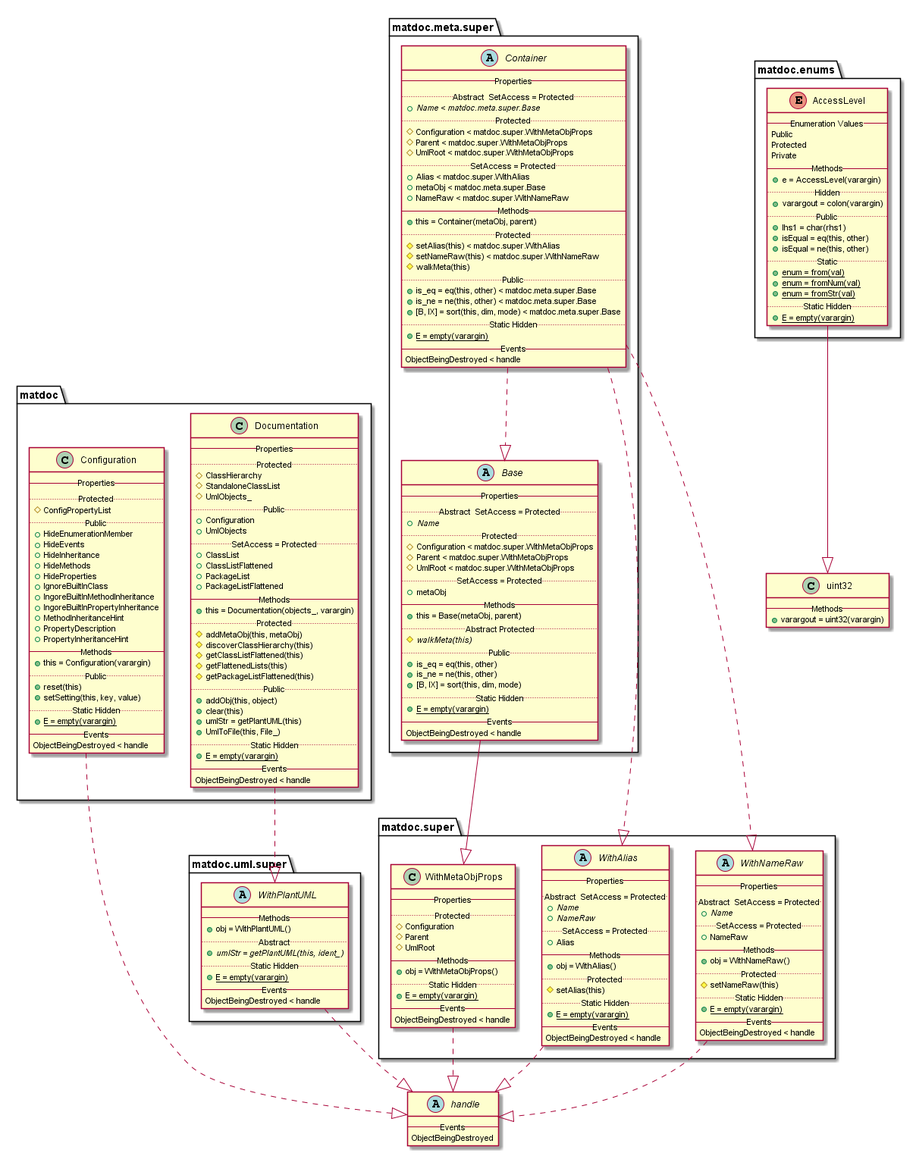
This is doc/uml-examples/uml-diagram.png from flxdot/matdoc, a PlantUML export, as it was before one commit.
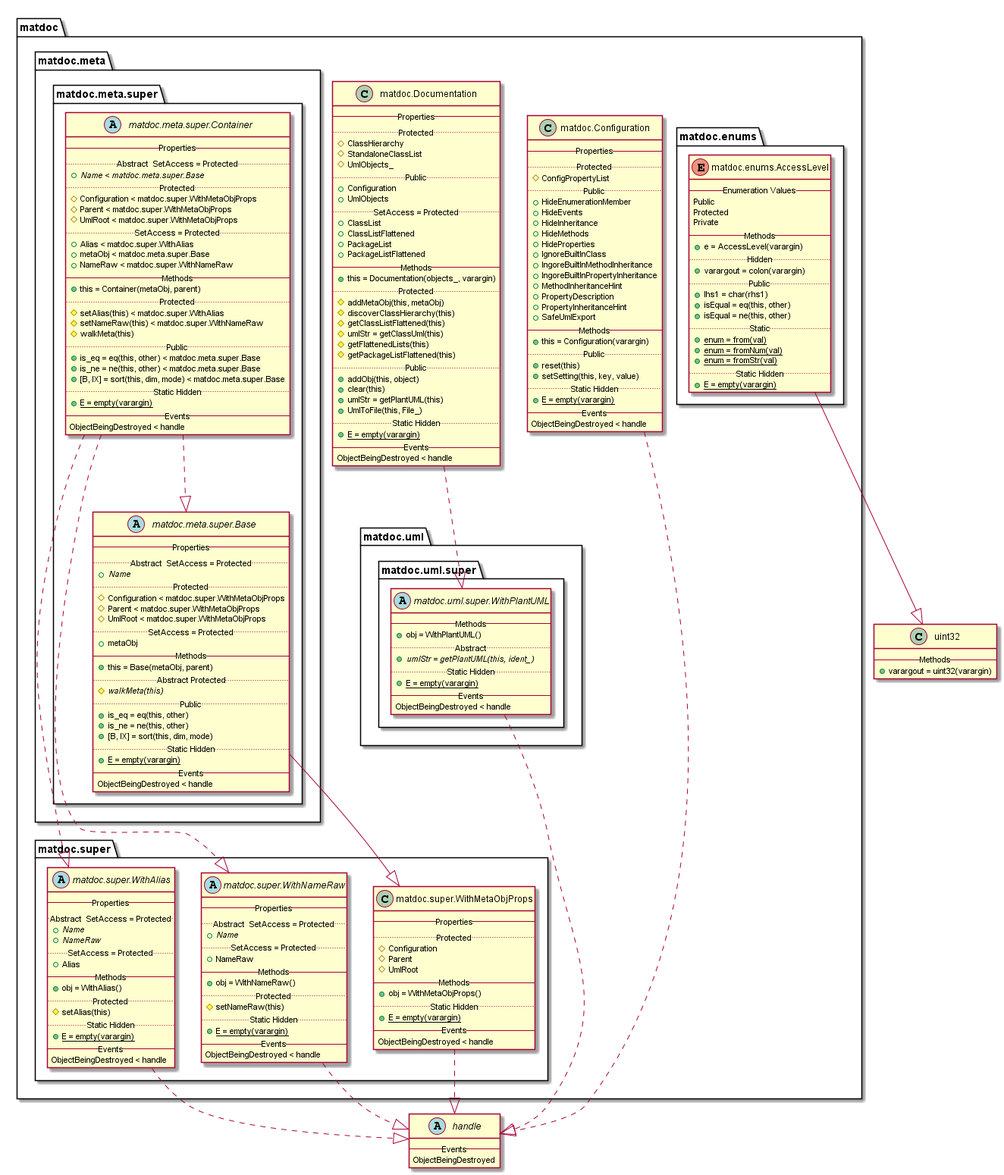
Later version of the same file.

What changed in the source:
```diff
@@ -1,204 +1,236 @@
 @startuml
+
+set namespaceSeparator none
 
 abstract class handle {
    -- Events --
    ObjectBeingDestroyed
 }
 
-class matdoc.Configuration {
-   -- Properties --
-   .. Protected ..
-   {field} # ConfigPropertyList
-   .. Public ..
-   {field} + HideEnumerationMember
-   {field} + HideEvents
-   {field} + HideInheritance
-   {field} + HideMethods
-   {field} + HideProperties
-   {field} + IgnoreBuiltInClass
-   {field} + IngoreBuiltInMethodInheritance
-   {field} + IngoreBuiltInPropertyInheritance
-   {field} + MethodInheritanceHint
-   {field} + PropertyDescription
-   {field} + PropertyInheritanceHint
-   -- Methods --
-   {method} + this = Configuration(varargin)
-   .. Public ..
-   {method} + reset(this)
-   {method} + setSetting(this, key, value)
-   .. Static Hidden ..
-   {method} {static} + E = empty(varargin)
-   -- Events --
-   ObjectBeingDestroyed < handle
-}
-
-class matdoc.Documentation {
-   -- Properties --
-   .. Protected ..
-   {field} # ClassHierarchy
-   {field} # StandaloneClassList
-   {field} # UmlObjects_
-   .. Public ..
-   {field} + Configuration
-   {field} + UmlObjects
-   .. SetAccess = Protected ..
-   {field} + ClassList
-   {field} + ClassListFlattened
-   {field} + PackageList
-   {field} + PackageListFlattened
-   -- Methods --
-   {method} + this = Documentation(objects_, varargin)
-   .. Protected ..
-   {method} # addMetaObj(this, metaObj)
-   {method} # discoverClassHierarchy(this)
-   {method} # getClassListFlattened(this)
-   {method} # getFlattenedLists(this)
-   {method} # getPackageListFlattened(this)
-   .. Public ..
-   {method} + addObj(this, object)
-   {method} + clear(this)
-   {method} + umlStr = getPlantUML(this)
-   {method} + UmlToFile(this, File_)
-   .. Static Hidden ..
-   {method} {static} + E = empty(varargin)
-   -- Events --
-   ObjectBeingDestroyed < handle
-}
-
-enum matdoc.enums.AccessLevel {
-   -- Enumeration Values --
-   Public
-   Protected
-   Private
-   -- Methods --
-   {method} + e = AccessLevel(varargin)
-   .. Hidden ..
-   {method} + varargout = colon(varargin)
-   .. Public ..
-   {method} + lhs1 = char(rhs1)
-   {method} + isEqual = eq(this, other)
-   {method} + isEqual = ne(this, other)
-   .. Static ..
-   {method} {static} + enum = from(val)
-   {method} {static} + enum = fromNum(val)
-   {method} {static} + enum = fromStr(val)
-   .. Static Hidden ..
-   {method} {static} + E = empty(varargin)
-}
-
-abstract class matdoc.meta.super.Base {
-   -- Properties --
-   .. Abstract  SetAccess = Protected ..
-   {field} {abstract} + Name
-   .. Protected ..
-   {field} # Configuration < matdoc.super.WithMetaObjProps
-   {field} # Parent < matdoc.super.WithMetaObjProps
-   {field} # UmlRoot < matdoc.super.WithMetaObjProps
-   .. SetAccess = Protected ..
-   {field} + metaObj
-   -- Methods --
-   {method} + this = Base(metaObj, parent)
-   .. Abstract Protected ..
-   {method} {abstract} # walkMeta(this)
-   .. Public ..
-   {method} + is_eq = eq(this, other)
-   {method} + is_ne = ne(this, other)
-   {method} + [B, IX] = sort(this, dim, mode)
-   .. Static Hidden ..
-   {method} {static} + E = empty(varargin)
-   -- Events --
-   ObjectBeingDestroyed < handle
-}
-
-abstract class matdoc.meta.super.Container {
-   -- Properties --
-   .. Abstract  SetAccess = Protected ..
-   {field} {abstract} + Name < matdoc.meta.super.Base
-   .. Protected ..
-   {field} # Configuration < matdoc.super.WithMetaObjProps
-   {field} # Parent < matdoc.super.WithMetaObjProps
-   {field} # UmlRoot < matdoc.super.WithMetaObjProps
-   .. SetAccess = Protected ..
-   {field} + Alias < matdoc.super.WithAlias
-   {field} + metaObj < matdoc.meta.super.Base
-   {field} + NameRaw < matdoc.super.WithNameRaw
-   -- Methods --
-   {method} + this = Container(metaObj, parent)
-   .. Protected ..
-   {method} # setAlias(this) < matdoc.super.WithAlias
-   {method} # setNameRaw(this) < matdoc.super.WithNameRaw
-   {method} # walkMeta(this)
-   .. Public ..
-   {method} + is_eq = eq(this, other) < matdoc.meta.super.Base
-   {method} + is_ne = ne(this, other) < matdoc.meta.super.Base
-   {method} + [B, IX] = sort(this, dim, mode) < matdoc.meta.super.Base
-   .. Static Hidden ..
-   {method} {static} + E = empty(varargin)
-   -- Events --
-   ObjectBeingDestroyed < handle
-}
-
-abstract class matdoc.super.WithAlias {
-   -- Properties --
-   .. Abstract  SetAccess = Protected ..
-   {field} {abstract} + Name
-   {field} {abstract} + NameRaw
-   .. SetAccess = Protected ..
-   {field} + Alias
-   -- Methods --
-   {method} + obj = WithAlias()
-   .. Protected ..
-   {method} # setAlias(this)
-   .. Static Hidden ..
-   {method} {static} + E = empty(varargin)
-   -- Events --
-   ObjectBeingDestroyed < handle
-}
-
-class matdoc.super.WithMetaObjProps {
-   -- Properties --
-   .. Protected ..
-   {field} # Configuration
-   {field} # Parent
-   {field} # UmlRoot
-   -- Methods --
-   {method} + obj = WithMetaObjProps()
-   .. Static Hidden ..
-   {method} {static} + E = empty(varargin)
-   -- Events --
-   ObjectBeingDestroyed < handle
-}
-
-abstract class matdoc.super.WithNameRaw {
-   -- Properties --
-   .. Abstract  SetAccess = Protected ..
-   {field} {abstract} + Name
-   .. SetAccess = Protected ..
-   {field} + NameRaw
-   -- Methods --
-   {method} + obj = WithNameRaw()
-   .. Protected ..
-   {method} # setNameRaw(this)
-   .. Static Hidden ..
-   {method} {static} + E = empty(varargin)
-   -- Events --
-   ObjectBeingDestroyed < handle
-}
-
-abstract class matdoc.uml.super.WithPlantUML {
-   -- Methods --
-   {method} + obj = WithPlantUML()
-   .. Abstract ..
-   {method} {abstract} + umlStr = getPlantUML(this, ident_)
-   .. Static Hidden ..
-   {method} {static} + E = empty(varargin)
-   -- Events --
-   ObjectBeingDestroyed < handle
-}
-
 class uint32 {
    -- Methods --
    {method} + varargout = uint32(varargin)
+}
+
+package matdoc {
+
+   class matdoc.Configuration {
+      -- Properties --
+      .. Protected ..
+      {field} # ConfigPropertyList
+      .. Public ..
+      {field} + HideEnumerationMember
+      {field} + HideEvents
+      {field} + HideInheritance
+      {field} + HideMethods
+      {field} + HideProperties
+      {field} + IgnoreBuiltInClass
+      {field} + IngoreBuiltInMethodInheritance
+      {field} + IngoreBuiltInPropertyInheritance
+      {field} + MethodInheritanceHint
+      {field} + PropertyDescription
+      {field} + PropertyInheritanceHint
+      {field} + SafeUmlExport
+      -- Methods --
+      {method} + this = Configuration(varargin)
+      .. Public ..
+      {method} + reset(this)
+      {method} + setSetting(this, key, value)
+      .. Static Hidden ..
+      {method} {static} + E = empty(varargin)
+      -- Events --
+      ObjectBeingDestroyed < handle
+   }
+
+   class matdoc.Documentation {
+      -- Properties --
+      .. Protected ..
+      {field} # ClassHierarchy
+      {field} # StandaloneClassList
+      {field} # UmlObjects_
+      .. Public ..
+      {field} + Configuration
+      {field} + UmlObjects
+      .. SetAccess = Protected ..
+      {field} + ClassList
+      {field} + ClassListFlattened
+      {field} + PackageList
+      {field} + PackageListFlattened
+      -- Methods --
+      {method} + this = Documentation(objects_, varargin)
+      .. Protected ..
+      {method} # addMetaObj(this, metaObj)
+      {method} # discoverClassHierarchy(this)
+      {method} # getClassListFlattened(this)
+      {method} # umlStr = getClassUml(this)
+      {method} # getFlattenedLists(this)
+      {method} # getPackageListFlattened(this)
+      .. Public ..
+      {method} + addObj(this, object)
+      {method} + clear(this)
+      {method} + umlStr = getPlantUML(this)
+      {method} + UmlToFile(this, File_)
+      .. Static Hidden ..
+      {method} {static} + E = empty(varargin)
+      -- Events --
+      ObjectBeingDestroyed < handle
+   }
+
+   package matdoc.enums {
+
+      enum matdoc.enums.AccessLevel {
+         -- Enumeration Values --
+         Public
+         Protected
+         Private
+         -- Methods --
+         {method} + e = AccessLevel(varargin)
+         .. Hidden ..
+         {method} + varargout = colon(varargin)
+         .. Public ..
+         {method} + lhs1 = char(rhs1)
+         {method} + isEqual = eq(this, other)
+         {method} + isEqual = ne(this, other)
+         .. Static ..
+         {method} {static} + enum = from(val)
+         {method} {static} + enum = fromNum(val)
+         {method} {static} + enum = fromStr(val)
+         .. Static Hidden ..
+         {method} {static} + E = empty(varargin)
+      }
+
+   }
+
+   package matdoc.meta {
+
+      package matdoc.meta.super {
+
+         abstract class matdoc.meta.super.Base {
+            -- Properties --
+            .. Abstract  SetAccess = Protected ..
+            {field} {abstract} + Name
+            .. Protected ..
+            {field} # Configuration < matdoc.super.WithMetaObjProps
+            {field} # Parent < matdoc.super.WithMetaObjProps
+            {field} # UmlRoot < matdoc.super.WithMetaObjProps
+            .. SetAccess = Protected ..
+            {field} + metaObj
+            -- Methods --
+            {method} + this = Base(metaObj, parent)
+            .. Abstract Protected ..
+            {method} {abstract} # walkMeta(this)
+            .. Public ..
+            {method} + is_eq = eq(this, other)
+            {method} + is_ne = ne(this, other)
+            {method} + [B, IX] = sort(this, dim, mode)
+            .. Static Hidden ..
+            {method} {static} + E = empty(varargin)
+            -- Events --
+            ObjectBeingDestroyed < handle
+         }
+
+         abstract class matdoc.meta.super.Container {
+            -- Properties --
+            .. Abstract  SetAccess = Protected ..
+            {field} {abstract} + Name < matdoc.meta.super.Base
+            .. Protected ..
+            {field} # Configuration < matdoc.super.WithMetaObjProps
+            {field} # Parent < matdoc.super.WithMetaObjProps
+            {field} # UmlRoot < matdoc.super.WithMetaObjProps
+            .. SetAccess = Protected ..
+            {field} + Alias < matdoc.super.WithAlias
+            {field} + metaObj < matdoc.meta.super.Base
+            {field} + NameRaw < matdoc.super.WithNameRaw
+            -- Methods --
+            {method} + this = Container(metaObj, parent)
+            .. Protected ..
+            {method} # setAlias(this) < matdoc.super.WithAlias
+            {method} # setNameRaw(this) < matdoc.super.WithNameRaw
+            {method} # walkMeta(this)
+            .. Public ..
+            {method} + is_eq = eq(this, other) < matdoc.meta.super.Base
+            {method} + is_ne = ne(this, other) < matdoc.meta.super.Base
+            {method} + [B, IX] = sort(this, dim, mode) < matdoc.meta.super.Base
+            .. Static Hidden ..
+            {method} {static} + E = empty(varargin)
+            -- Events --
+            ObjectBeingDestroyed < handle
+         }
+
+      }
+
+   }
+
+   package matdoc.super {
+
+      abstract class matdoc.super.WithAlias {
+         -- Properties --
+         .. Abstract  SetAccess = Protected ..
+         {field} {abstract} + Name
+         {field} {abstract} + NameRaw
+         .. SetAccess = Protected ..
+         {field} + Alias
+         -- Methods --
+         {method} + obj = WithAlias()
+         .. Protected ..
+         {method} # setAlias(this)
+         .. Static Hidden ..
+         {method} {static} + E = empty(varargin)
+         -- Events --
+         ObjectBeingDestroyed < handle
+      }
+
+      class matdoc.super.WithMetaObjProps {
+         -- Properties --
+         .. Protected ..
+         {field} # Configuration
+         {field} # Parent
+         {field} # UmlRoot
+         -- Methods --
+         {method} + obj = WithMetaObjProps()
+         .. Static Hidden ..
+         {method} {static} + E = empty(varargin)
+         -- Events --
+         ObjectBeingDestroyed < handle
+      }
+
+      abstract class matdoc.super.WithNameRaw {
+         -- Properties --
+         .. Abstract  SetAccess = Protected ..
+         {field} {abstract} + Name
+         .. SetAccess = Protected ..
+         {field} + NameRaw
+         -- Methods --
+         {method} + obj = WithNameRaw()
+         .. Protected ..
+         {method} # setNameRaw(this)
+         .. Static Hidden ..
+         {method} {static} + E = empty(varargin)
+         -- Events --
+         ObjectBeingDestroyed < handle
+      }
+
+   }
+
+   package matdoc.uml {
+
+      package matdoc.uml.super {
+
+         abstract class matdoc.uml.super.WithPlantUML {
+            -- Methods --
+            {method} + obj = WithPlantUML()
+            .. Abstract ..
+            {method} {abstract} + umlStr = getPlantUML(this, ident_)
+            .. Static Hidden ..
+            {method} {static} + E = empty(varargin)
+            -- Events --
+            ObjectBeingDestroyed < handle
+         }
+
+      }
+
+   }
+
 }
 
 
@@ -214,5 +246,4 @@
 matdoc.super.WithNameRaw ..|> handle
 matdoc.uml.super.WithPlantUML ..|> handle
 
-
 @enduml
```
